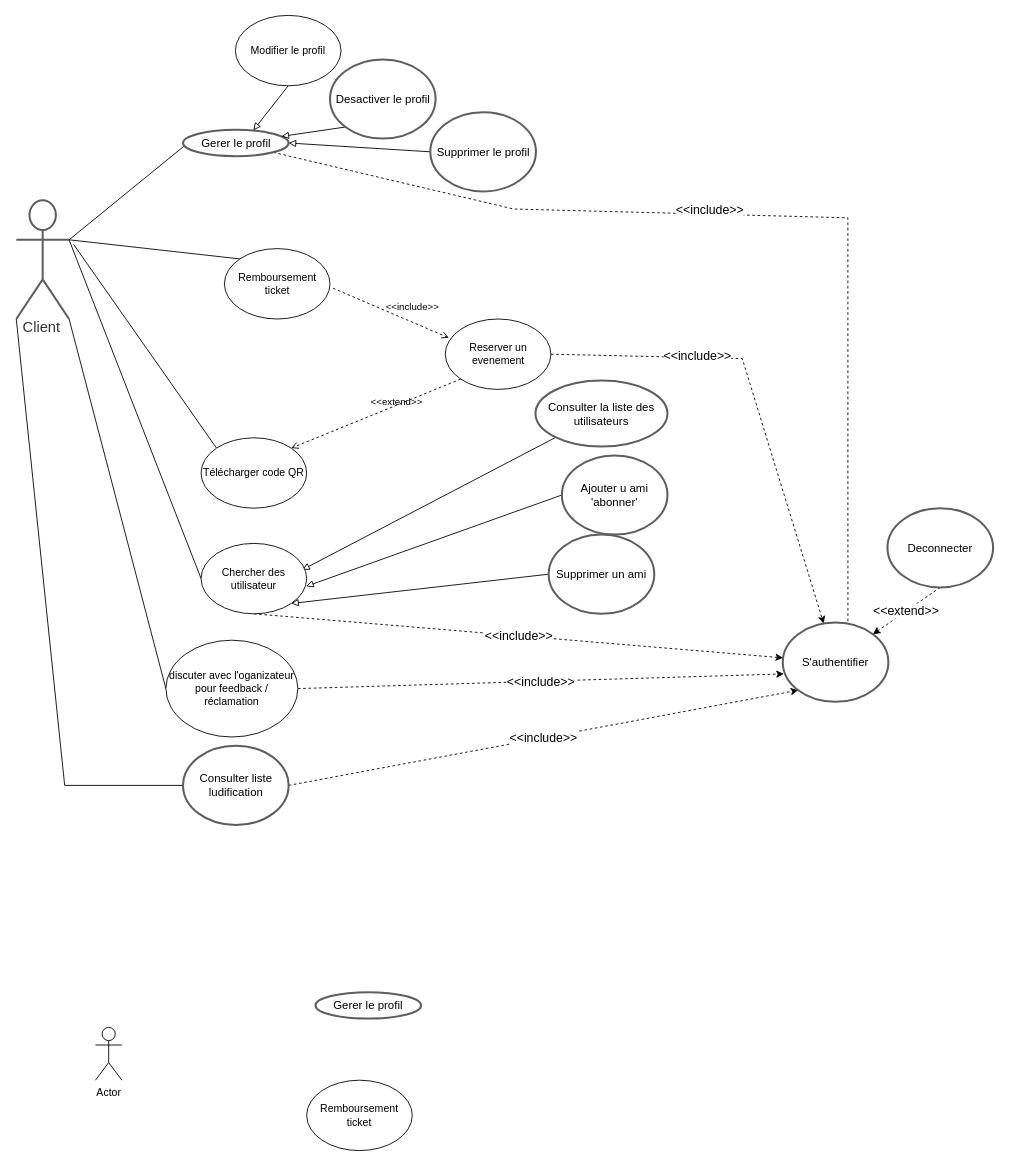
mohamedimem/event- keeps this draw.io diagram as Digram de Classe/Diagramme sans nom.drawio. Above is the earlier version. Source tidied: cells renumbered, new cells numbered last; positions are measured from the earlier drawing's top-left corner, leaving out a move shared by most shapes. Both pictures are drawn from the tidied source at 88%, with x=0, y=0 at pixel (16, 15).
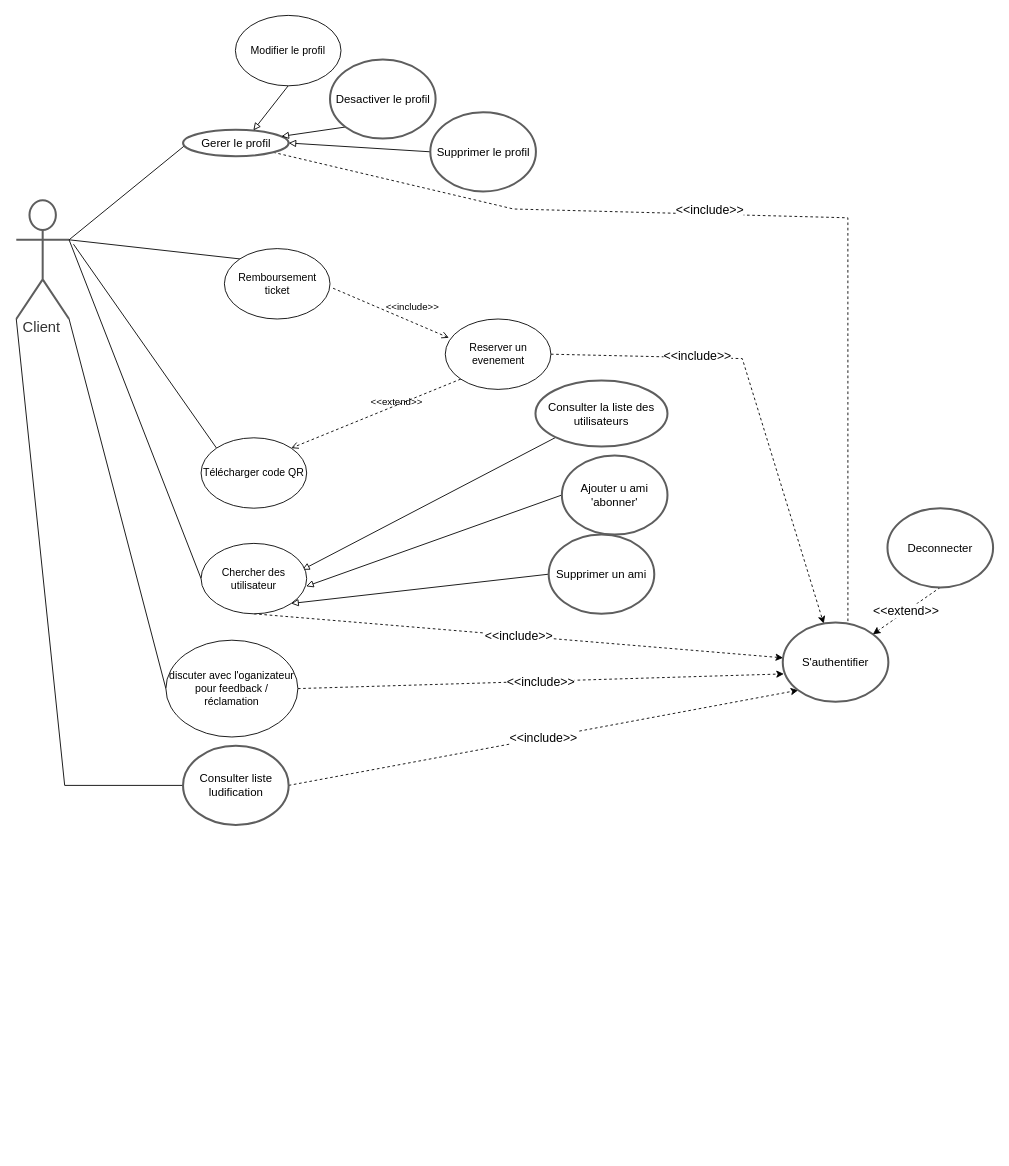
The same page after the edit.

Commit message (it also covers changes not shown here):
Mettre à jour Diagramme sans nom.drawio

The edit, as a diff of the source:
```diff
@@
-    <mxCell id="39" value="Actor" style="shape=umlActor;verticalLabelPosition=bottom;verticalAlign=top;html=1;" parent="1" vertex="1">
-      <mxGeometry x="90" y="1150" width="30" height="60" as="geometry" />
-    </mxCell>
-    <mxCell id="40" value="Remboursement ticket" style="ellipse;whiteSpace=wrap;html=1;" parent="1" vertex="1">
-      <mxGeometry x="330" y="1210" width="120" height="80" as="geometry" />
-    </mxCell>
-    <mxCell id="41" value="Gerer le profil" style="html=1;overflow=block;blockSpacing=1;whiteSpace=wrap;ellipse;fontSize=13;spacing=3.8;strokeColor=#5e5e5e;strokeOpacity=100;rounded=1;absoluteArcSize=1;arcSize=9;strokeWidth=2.3;lucidId=3sitsereLQRn;" parent="1" vertex="1">
-      <mxGeometry x="340" y="1110" width="120" height="30" as="geometry" />
-    </mxCell>
```
